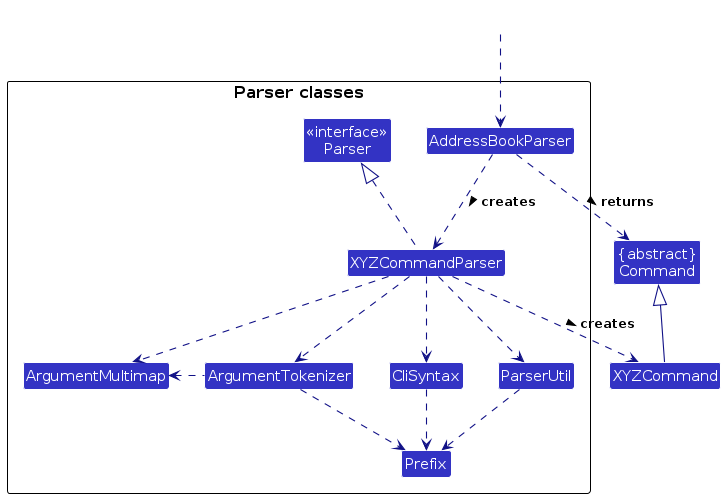
zhonghan721/tp keeps this PlantUML diagram as diagrams/ParserClasses.png. Above is the earlier version. Its source is kept beside it as diagrams/ParserClasses.puml. The source it was exported from:
```plantuml
@startuml
!include style.puml
skinparam arrowThickness 1.1
skinparam arrowColor LOGIC_COLOR_T4
skinparam classBackgroundColor LOGIC_COLOR

Class "{abstract}\nCommand" as Command
Class XYZCommand

package "Parser classes"{
Class "<<interface>>\nParser" as Parser
Class AddressBookParser
Class XYZCommandParser
Class CliSyntax
Class ParserUtil
Class ArgumentMultimap
Class ArgumentTokenizer
Class Prefix
}

Class HiddenOutside #FFFFFF
HiddenOutside ..> AddressBookParser

AddressBookParser .down.> XYZCommandParser: creates >

XYZCommandParser ..> XYZCommand : creates >
AddressBookParser ..> Command : returns >
XYZCommandParser .up.|> Parser
XYZCommandParser ..> ArgumentMultimap
XYZCommandParser ..> ArgumentTokenizer
ArgumentTokenizer .left.> ArgumentMultimap
XYZCommandParser ..> CliSyntax
CliSyntax ..> Prefix
XYZCommandParser ..> ParserUtil
ParserUtil .down.> Prefix
ArgumentTokenizer .down.> Prefix
XYZCommand -up-|> Command
@enduml
```
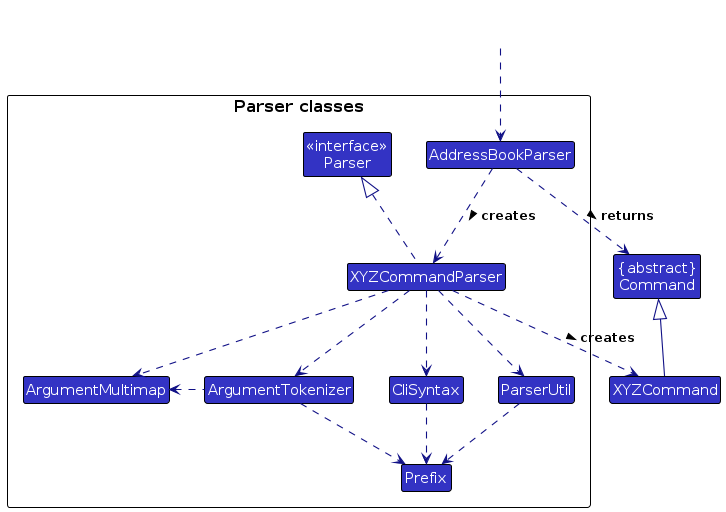
The same diagram one commit later.

What changed in the source:
```diff
@@ -18,7 +18,7 @@
 Class Prefix
 }
 
-Class HiddenOutside #FFFFFF
+Class HiddenOutside<<HIDDEN>> #FFFFFF
 HiddenOutside ..> AddressBookParser
 
 AddressBookParser .down.> XYZCommandParser: creates >
```
